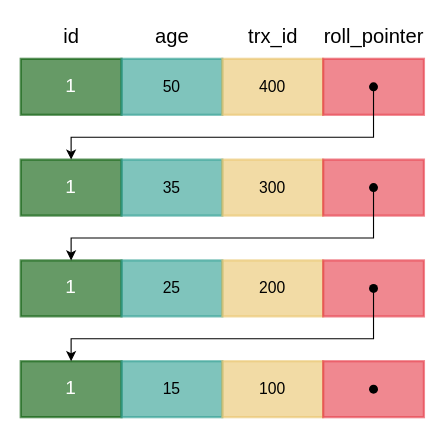
Before: page "mysql-mvcc-undolog" (7 of 15) of mysql/mysql.drawio in boilingfrog/Go-POINT, a draw.io diagram. Source tidied: cells renumbered, new cells numbered last; positions are measured from the earlier drawing's top-left corner, leaving out a move shared by most shapes. Both pictures are drawn from the tidied source at 112%, with x=0, y=0 at pixel (20, 19).
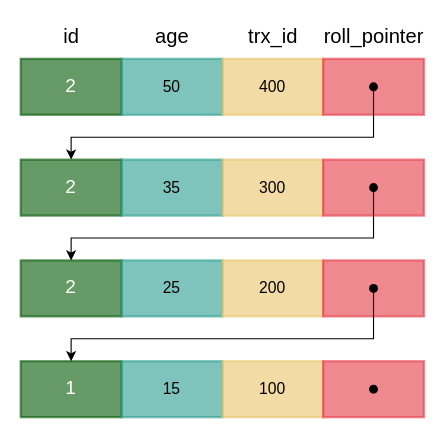
The same page after the edit.

The edit, as a diff of the source:
```diff
@@
-    <mxCell id="2" value="&lt;font style=&quot;font-size: 17px&quot;&gt;1&lt;/font&gt;" style="rounded=0;whiteSpace=wrap;html=1;fillStyle=auto;fontSize=14;strokeColor=#005700;strokeWidth=2;fillColor=#005700;fontColor=#ffffff;opacity=60;" parent="1" vertex="1">
+    <mxCell id="2" value="&lt;span style=&quot;font-size: 17px&quot;&gt;2&lt;/span&gt;" style="rounded=0;whiteSpace=wrap;html=1;fillStyle=auto;fontSize=14;strokeColor=#005700;strokeWidth=2;fillColor=#005700;fontColor=#ffffff;opacity=60;" parent="1" vertex="1">
       <mxGeometry y="35" width="90" height="50" as="geometry" />
     </mxCell>
@@
-    <mxCell id="10" value="&lt;font style=&quot;font-size: 17px&quot;&gt;1&lt;/font&gt;" style="rounded=0;whiteSpace=wrap;html=1;fillStyle=auto;fontSize=14;strokeColor=#005700;strokeWidth=2;fillColor=#005700;fontColor=#ffffff;opacity=60;" parent="1" vertex="1">
+    <mxCell id="10" value="&lt;span style=&quot;font-size: 17px&quot;&gt;2&lt;/span&gt;" style="rounded=0;whiteSpace=wrap;html=1;fillStyle=auto;fontSize=14;strokeColor=#005700;strokeWidth=2;fillColor=#005700;fontColor=#ffffff;opacity=60;" parent="1" vertex="1">
       <mxGeometry y="125" width="90" height="50" as="geometry" />
     </mxCell>
@@
-    <mxCell id="14" value="&lt;font style=&quot;font-size: 17px&quot;&gt;1&lt;/font&gt;" style="rounded=0;whiteSpace=wrap;html=1;fillStyle=auto;fontSize=14;strokeColor=#005700;strokeWidth=2;fillColor=#005700;fontColor=#ffffff;opacity=60;" parent="1" vertex="1">
+    <mxCell id="14" value="&lt;span style=&quot;font-size: 17px&quot;&gt;2&lt;/span&gt;" style="rounded=0;whiteSpace=wrap;html=1;fillStyle=auto;fontSize=14;strokeColor=#005700;strokeWidth=2;fillColor=#005700;fontColor=#ffffff;opacity=60;" parent="1" vertex="1">
       <mxGeometry y="215" width="90" height="50" as="geometry" />
     </mxCell>
```
